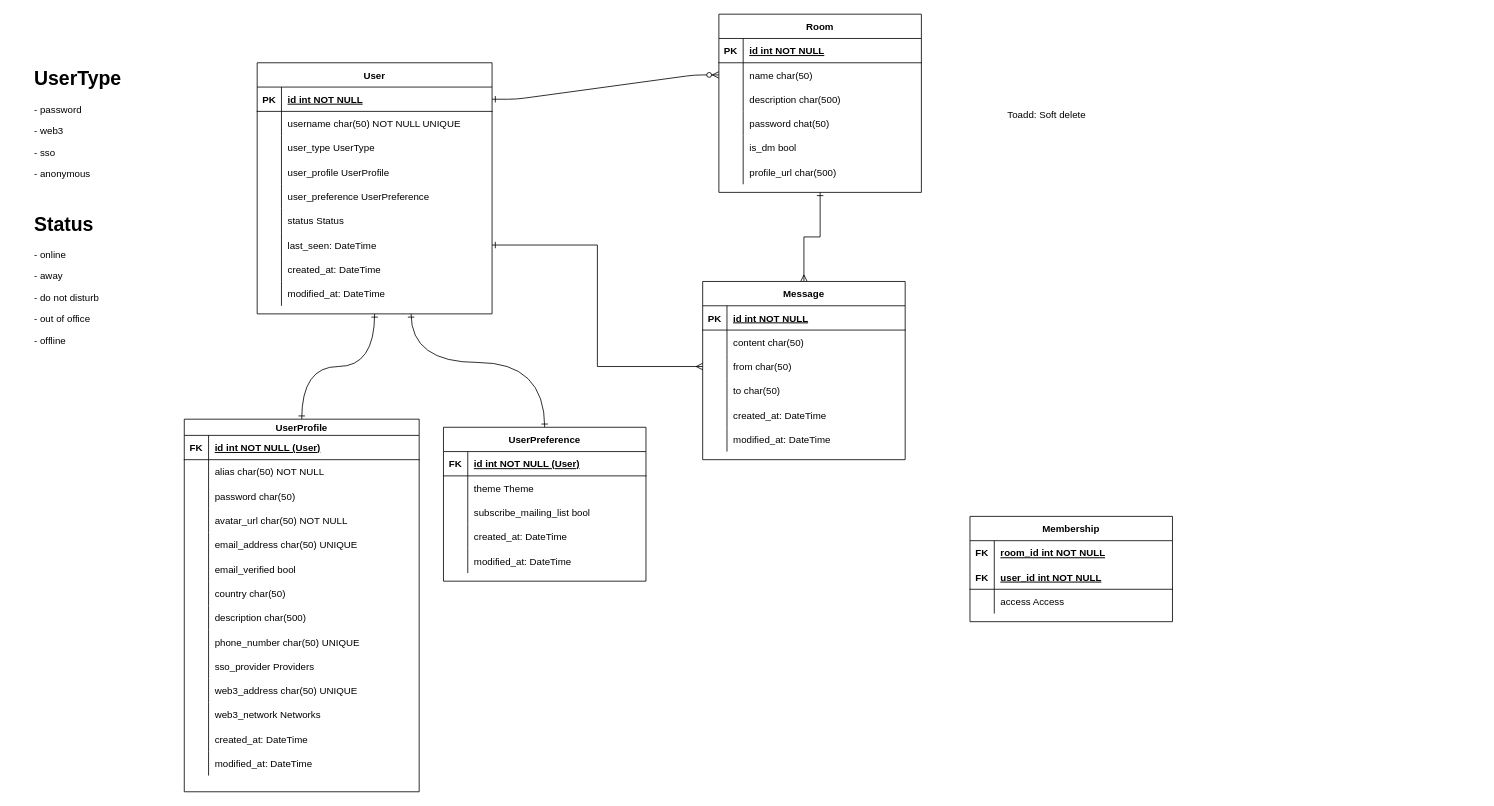
Earlier version of the draw.io diagram page "Entity Relation Diagram" (1 of 3) of apps/docs/diagrams/Planning.drawio (data-miner00/telltale). Source tidied: cells renumbered, new cells numbered last; positions are measured from the earlier drawing's top-left corner, leaving out a move shared by most shapes. Both pictures are drawn from the tidied source at 81%, with x=0, y=0 at pixel (30, 14).
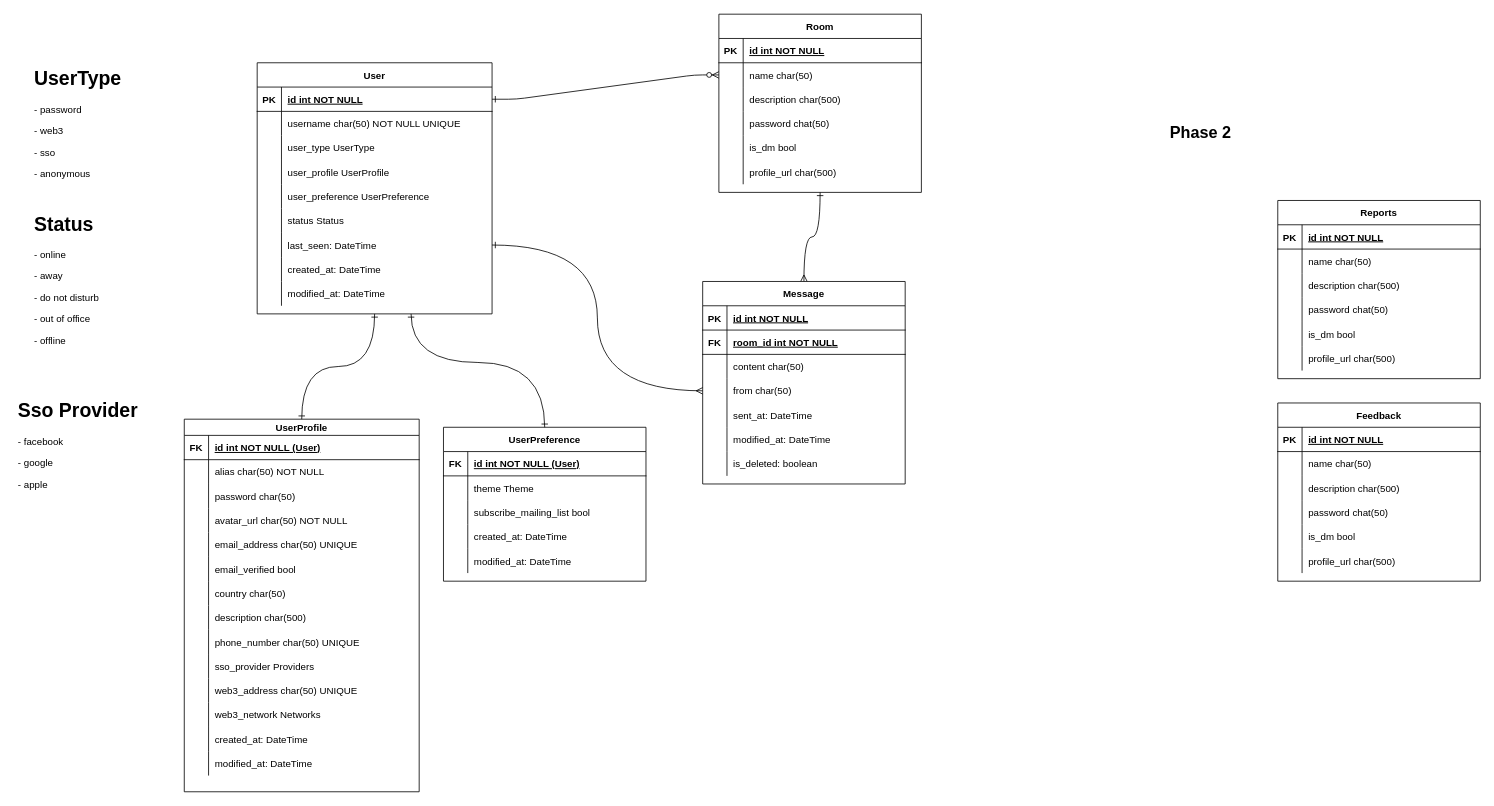
Above is the later version.

The change refers to these unchanged cells:
```xml
<mxCell id="4" value="Room" style="shape=table;startSize=30;childLayout=tableLayout;rowLines=0;fontStyle=1;align=center;" parent="1" vertex="1">
  <mxGeometry x="850" width="250" height="220" as="geometry" />
</mxCell>
<mxCell id="59" style="shape=partialRectangle;fillColor=none;points=[[0,0.5],[1,0.5]];portConstraint=eastwest;top=0;left=0;right=0;bottom=0;" parent="40" vertex="1">
  <mxGeometry y="210" width="290" height="30" as="geometry" />
</mxCell>
<mxCell id="137" style="shape=partialRectangle;fillColor=none;top=0;left=0;right=0;bottom=0;" parent="124" vertex="1">
  <mxGeometry y="150" width="250" height="30" as="geometry" />
</mxCell>
```

Diff of the diagram source:
```diff
@@
-    <mxCell id="3" style="edgeStyle=orthogonalEdgeStyle;rounded=0;jettySize=auto;html=1;startArrow=ERone;startFill=0;endArrow=ERmany;endFill=0;" parent="1" edge="1" source="4" target="124">
+    <mxCell id="3" style="edgeStyle=orthogonalEdgeStyle;rounded=0;jettySize=auto;html=1;startArrow=ERone;startFill=0;endArrow=ERmany;endFill=0;curved=1;" parent="1" edge="1" source="4" target="124">
       <mxGeometry relative="1" as="geometry" />
     </mxCell>
@@
-    <mxCell id="114" value="Membership" style="shape=table;startSize=30;childLayout=tableLayout;rowLines=0;fontStyle=1;align=center;" parent="1" vertex="1">
-      <mxGeometry x="1160" y="620" width="250" height="130" as="geometry" />
-    </mxCell>
-    <mxCell id="115" style="shape=partialRectangle;fillColor=none;top=0;left=0;right=0;bottom=0;" parent="114" vertex="1">
-      <mxGeometry y="30" width="250" height="30" as="geometry" />
-    </mxCell>
-    <mxCell id="116" value="FK" style="shape=partialRectangle;overflow=hidden;fillColor=none;top=0;left=0;bottom=0;right=0;fontStyle=1;" parent="115" vertex="1">
-      <mxGeometry width="30" height="30" as="geometry" />
-    </mxCell>
-    <mxCell id="117" value="room_id int NOT NULL" style="shape=partialRectangle;overflow=hidden;fillColor=none;top=0;left=0;bottom=0;right=0;align=left;spacingLeft=6;fontStyle=5;" parent="115" vertex="1">
-      <mxGeometry x="30" width="220" height="30" as="geometry" />
-    </mxCell>
-    <mxCell id="118" style="shape=partialRectangle;fillColor=none;top=0;left=0;right=0;bottom=1;" parent="114" vertex="1">
-      <mxGeometry y="60" width="250" height="30" as="geometry" />
-    </mxCell>
-    <mxCell id="119" value="FK" style="shape=partialRectangle;overflow=hidden;fillColor=none;top=0;left=0;bottom=0;right=0;fontStyle=1;" parent="118" vertex="1">
-      <mxGeometry width="30" height="30" as="geometry" />
-    </mxCell>
-    <mxCell id="120" value="user_id int NOT NULL " style="shape=partialRectangle;overflow=hidden;fillColor=none;top=0;left=0;bottom=0;right=0;align=left;spacingLeft=6;fontStyle=5;" parent="118" vertex="1">
-      <mxGeometry x="30" width="220" height="30" as="geometry" />
-    </mxCell>
-    <mxCell id="121" style="shape=partialRectangle;fillColor=none;top=0;left=0;right=0;bottom=0;" parent="114" vertex="1">
-      <mxGeometry y="90" width="250" height="30" as="geometry" />
-    </mxCell>
-    <mxCell id="122" style="shape=partialRectangle;overflow=hidden;fillColor=none;top=0;left=0;bottom=0;right=0;" parent="121" vertex="1">
-      <mxGeometry width="30" height="30" as="geometry" />
-    </mxCell>
-    <mxCell id="123" value="access Access" style="shape=partialRectangle;overflow=hidden;fillColor=none;top=0;left=0;bottom=0;right=0;align=left;spacingLeft=6;" parent="121" vertex="1">
-      <mxGeometry x="30" width="220" height="30" as="geometry" />
-    </mxCell>
     <mxCell id="124" value="Message" style="shape=table;startSize=30;childLayout=tableLayout;rowLines=0;fontStyle=1;align=center;" parent="1" vertex="1">
-      <mxGeometry x="830" y="330" width="250" height="220" as="geometry" />
+      <mxGeometry x="830" y="330" width="250" height="250" as="geometry" />
     </mxCell>
@@
+    <mxCell id="118" style="shape=partialRectangle;fillColor=none;top=0;left=0;right=0;bottom=1;" parent="124" vertex="1">
+      <mxGeometry y="60" width="250" height="30" as="geometry" />
+    </mxCell>
+    <mxCell id="145" value="FK" style="shape=partialRectangle;overflow=hidden;fillColor=none;top=0;left=0;bottom=0;right=0;fontStyle=1;" parent="118" vertex="1">
+      <mxGeometry width="30" height="30" as="geometry" />
+    </mxCell>
+    <mxCell id="117" value="room_id int NOT NULL " style="shape=partialRectangle;overflow=hidden;fillColor=none;top=0;left=0;bottom=0;right=0;align=left;spacingLeft=6;fontStyle=5;" parent="118" vertex="1">
+      <mxGeometry x="30" width="220" height="30" as="geometry" />
+    </mxCell>
     <mxCell id="128" style="shape=partialRectangle;fillColor=none;top=0;left=0;right=0;bottom=0;" parent="124" vertex="1">
-      <mxGeometry y="60" width="250" height="30" as="geometry" />
+      <mxGeometry y="90" width="250" height="30" as="geometry" />
     </mxCell>
@@
     <mxCell id="131" style="shape=partialRectangle;fillColor=none;points=[[0,0.5],[1,0.5]];portConstraint=eastwest;top=0;left=0;right=0;bottom=0;" parent="124" vertex="1">
-      <mxGeometry y="90" width="250" height="30" as="geometry" />
+      <mxGeometry y="120" width="250" height="30" as="geometry" />
     </mxCell>
@@
-    <mxCell id="134" style="shape=partialRectangle;fillColor=none;top=0;left=0;right=0;bottom=0;" parent="124" vertex="1">
-      <mxGeometry y="120" width="250" height="30" as="geometry" />
-    </mxCell>
-    <mxCell id="135" style="shape=partialRectangle;overflow=hidden;fillColor=none;top=0;left=0;bottom=0;right=0;" parent="134" vertex="1">
-      <mxGeometry width="30" height="30" as="geometry" />
-    </mxCell>
-    <mxCell id="136" value="to char(50)" style="shape=partialRectangle;overflow=hidden;fillColor=none;top=0;left=0;bottom=0;right=0;align=left;spacingLeft=6;" parent="134" vertex="1">
-      <mxGeometry x="30" width="220" height="30" as="geometry" />
-    </mxCell>
@@
-    <mxCell id="139" value="created_at: DateTime" style="shape=partialRectangle;overflow=hidden;fillColor=none;top=0;left=0;bottom=0;right=0;align=left;spacingLeft=6;" parent="137" vertex="1">
+    <mxCell id="139" value="sent_at: DateTime" style="shape=partialRectangle;overflow=hidden;fillColor=none;top=0;left=0;bottom=0;right=0;align=left;spacingLeft=6;" parent="137" vertex="1">
       <mxGeometry x="30" width="220" height="30" as="geometry" />
     </mxCell>
@@
+    <mxCell id="146" style="shape=partialRectangle;fillColor=none;top=0;left=0;right=0;bottom=0;" parent="124" vertex="1">
+      <mxGeometry y="210" width="250" height="30" as="geometry" />
+    </mxCell>
+    <mxCell id="147" style="shape=partialRectangle;overflow=hidden;fillColor=none;top=0;left=0;bottom=0;right=0;" parent="146" vertex="1">
+      <mxGeometry width="30" height="30" as="geometry" />
+    </mxCell>
+    <mxCell id="148" value="is_deleted: boolean" style="shape=partialRectangle;overflow=hidden;fillColor=none;top=0;left=0;bottom=0;right=0;align=left;spacingLeft=6;" parent="146" vertex="1">
+      <mxGeometry x="30" width="220" height="30" as="geometry" />
+    </mxCell>
-    <mxCell id="143" style="edgeStyle=orthogonalEdgeStyle;rounded=0;jettySize=auto;html=1;entryX=0;entryY=0.5;entryDx=0;entryDy=0;endArrow=ERmany;endFill=0;startArrow=ERone;startFill=0;" parent="1" edge="1" source="59" target="131">
+    <mxCell id="143" style="edgeStyle=orthogonalEdgeStyle;rounded=0;jettySize=auto;html=1;entryX=0;entryY=0.5;entryDx=0;entryDy=0;endArrow=ERmany;endFill=0;startArrow=ERone;startFill=0;curved=1;" parent="1" edge="1" source="59" target="131">
       <mxGeometry relative="1" as="geometry" />
     </mxCell>
-    <mxCell id="144" value="Toadd: Soft delete" style="text;html=1;strokeColor=none;fillColor=none;align=center;verticalAlign=middle;whiteSpace=wrap;rounded=0;" parent="1" vertex="1">
-      <mxGeometry x="1200" y="110" width="110" height="30" as="geometry" />
-    </mxCell>
+    <mxCell id="149" value="Reports" style="shape=table;startSize=30;childLayout=tableLayout;rowLines=0;fontStyle=1;align=center;" parent="1" vertex="1">
+      <mxGeometry x="1540" y="230" width="250" height="220" as="geometry" />
+    </mxCell>
+    <mxCell id="150" style="shape=partialRectangle;fillColor=none;top=0;left=0;right=0;bottom=1;" parent="149" vertex="1">
+      <mxGeometry y="30" width="250" height="30" as="geometry" />
+    </mxCell>
+    <mxCell id="151" value="PK" style="shape=partialRectangle;overflow=hidden;fillColor=none;top=0;left=0;bottom=0;right=0;fontStyle=1;" parent="150" vertex="1">
+      <mxGeometry width="30" height="30" as="geometry" />
+    </mxCell>
+    <mxCell id="152" value="id int NOT NULL " style="shape=partialRectangle;overflow=hidden;fillColor=none;top=0;left=0;bottom=0;right=0;align=left;spacingLeft=6;fontStyle=5;" parent="150" vertex="1">
+      <mxGeometry x="30" width="220" height="30" as="geometry" />
+    </mxCell>
+    <mxCell id="153" style="shape=partialRectangle;fillColor=none;top=0;left=0;right=0;bottom=0;" parent="149" vertex="1">
+      <mxGeometry y="60" width="250" height="30" as="geometry" />
+    </mxCell>
+    <mxCell id="154" style="shape=partialRectangle;overflow=hidden;fillColor=none;top=0;left=0;bottom=0;right=0;" parent="153" vertex="1">
+      <mxGeometry width="30" height="30" as="geometry" />
+    </mxCell>
+    <mxCell id="155" value="name char(50)" style="shape=partialRectangle;overflow=hidden;fillColor=none;top=0;left=0;bottom=0;right=0;align=left;spacingLeft=6;" parent="153" vertex="1">
+      <mxGeometry x="30" width="220" height="30" as="geometry" />
+    </mxCell>
+    <mxCell id="156" style="shape=partialRectangle;fillColor=none;top=0;left=0;right=0;bottom=0;" parent="149" vertex="1">
+      <mxGeometry y="90" width="250" height="30" as="geometry" />
+    </mxCell>
+    <mxCell id="157" style="shape=partialRectangle;overflow=hidden;fillColor=none;top=0;left=0;bottom=0;right=0;" parent="156" vertex="1">
+      <mxGeometry width="30" height="30" as="geometry" />
+    </mxCell>
+    <mxCell id="158" value="description char(500)" style="shape=partialRectangle;overflow=hidden;fillColor=none;top=0;left=0;bottom=0;right=0;align=left;spacingLeft=6;" parent="156" vertex="1">
+      <mxGeometry x="30" width="220" height="30" as="geometry" />
+    </mxCell>
+    <mxCell id="159" style="shape=partialRectangle;fillColor=none;top=0;left=0;right=0;bottom=0;" parent="149" vertex="1">
+      <mxGeometry y="120" width="250" height="30" as="geometry" />
+    </mxCell>
+    <mxCell id="160" style="shape=partialRectangle;overflow=hidden;fillColor=none;top=0;left=0;bottom=0;right=0;" parent="159" vertex="1">
+      <mxGeometry width="30" height="30" as="geometry" />
+    </mxCell>
+    <mxCell id="161" value="password chat(50)" style="shape=partialRectangle;overflow=hidden;fillColor=none;top=0;left=0;bottom=0;right=0;align=left;spacingLeft=6;" parent="159" vertex="1">
+      <mxGeometry x="30" width="220" height="30" as="geometry" />
+    </mxCell>
+    <mxCell id="162" style="shape=partialRectangle;fillColor=none;top=0;left=0;right=0;bottom=0;" parent="149" vertex="1">
+      <mxGeometry y="150" width="250" height="30" as="geometry" />
+    </mxCell>
+    <mxCell id="163" style="shape=partialRectangle;overflow=hidden;fillColor=none;top=0;left=0;bottom=0;right=0;" parent="162" vertex="1">
+      <mxGeometry width="30" height="30" as="geometry" />
+    </mxCell>
+    <mxCell id="164" value="is_dm bool" style="shape=partialRectangle;overflow=hidden;fillColor=none;top=0;left=0;bottom=0;right=0;align=left;spacingLeft=6;" parent="162" vertex="1">
+      <mxGeometry x="30" width="220" height="30" as="geometry" />
+    </mxCell>
+    <mxCell id="165" style="shape=partialRectangle;fillColor=none;top=0;left=0;right=0;bottom=0;" parent="149" vertex="1">
+      <mxGeometry y="180" width="250" height="30" as="geometry" />
+    </mxCell>
+    <mxCell id="166" style="shape=partialRectangle;overflow=hidden;fillColor=none;top=0;left=0;bottom=0;right=0;" parent="165" vertex="1">
+      <mxGeometry width="30" height="30" as="geometry" />
+    </mxCell>
+    <mxCell id="167" value="profile_url char(500)" style="shape=partialRectangle;overflow=hidden;fillColor=none;top=0;left=0;bottom=0;right=0;align=left;spacingLeft=6;" parent="165" vertex="1">
+      <mxGeometry x="30" width="220" height="30" as="geometry" />
+    </mxCell>
+    <mxCell id="168" value="Feedback" style="shape=table;startSize=30;childLayout=tableLayout;rowLines=0;fontStyle=1;align=center;" parent="1" vertex="1">
+      <mxGeometry x="1540" y="480" width="250" height="220" as="geometry" />
+    </mxCell>
+    <mxCell id="169" style="shape=partialRectangle;fillColor=none;top=0;left=0;right=0;bottom=1;" parent="168" vertex="1">
+      <mxGeometry y="30" width="250" height="30" as="geometry" />
+    </mxCell>
+    <mxCell id="170" value="PK" style="shape=partialRectangle;overflow=hidden;fillColor=none;top=0;left=0;bottom=0;right=0;fontStyle=1;" parent="169" vertex="1">
+      <mxGeometry width="30" height="30" as="geometry" />
+    </mxCell>
+    <mxCell id="171" value="id int NOT NULL " style="shape=partialRectangle;overflow=hidden;fillColor=none;top=0;left=0;bottom=0;right=0;align=left;spacingLeft=6;fontStyle=5;" parent="169" vertex="1">
+      <mxGeometry x="30" width="220" height="30" as="geometry" />
+    </mxCell>
+    <mxCell id="172" style="shape=partialRectangle;fillColor=none;top=0;left=0;right=0;bottom=0;" parent="168" vertex="1">
+      <mxGeometry y="60" width="250" height="30" as="geometry" />
+    </mxCell>
+    <mxCell id="173" style="shape=partialRectangle;overflow=hidden;fillColor=none;top=0;left=0;bottom=0;right=0;" parent="172" vertex="1">
+      <mxGeometry width="30" height="30" as="geometry" />
+    </mxCell>
+    <mxCell id="174" value="name char(50)" style="shape=partialRectangle;overflow=hidden;fillColor=none;top=0;left=0;bottom=0;right=0;align=left;spacingLeft=6;" parent="172" vertex="1">
+      <mxGeometry x="30" width="220" height="30" as="geometry" />
+    </mxCell>
+    <mxCell id="175" style="shape=partialRectangle;fillColor=none;top=0;left=0;right=0;bottom=0;" parent="168" vertex="1">
+      <mxGeometry y="90" width="250" height="30" as="geometry" />
+    </mxCell>
+    <mxCell id="176" style="shape=partialRectangle;overflow=hidden;fillColor=none;top=0;left=0;bottom=0;right=0;" parent="175" vertex="1">
+      <mxGeometry width="30" height="30" as="geometry" />
+    </mxCell>
+    <mxCell id="177" value="description char(500)" style="shape=partialRectangle;overflow=hidden;fillColor=none;top=0;left=0;bottom=0;right=0;align=left;spacingLeft=6;" parent="175" vertex="1">
+      <mxGeometry x="30" width="220" height="30" as="geometry" />
+    </mxCell>
+    <mxCell id="178" style="shape=partialRectangle;fillColor=none;top=0;left=0;right=0;bottom=0;" parent="168" vertex="1">
+      <mxGeometry y="120" width="250" height="30" as="geometry" />
+    </mxCell>
+    <mxCell id="179" style="shape=partialRectangle;overflow=hidden;fillColor=none;top=0;left=0;bottom=0;right=0;" parent="178" vertex="1">
+      <mxGeometry width="30" height="30" as="geometry" />
+    </mxCell>
+    <mxCell id="180" value="password chat(50)" style="shape=partialRectangle;overflow=hidden;fillColor=none;top=0;left=0;bottom=0;right=0;align=left;spacingLeft=6;" parent="178" vertex="1">
+      <mxGeometry x="30" width="220" height="30" as="geometry" />
+    </mxCell>
+    <mxCell id="181" style="shape=partialRectangle;fillColor=none;top=0;left=0;right=0;bottom=0;" parent="168" vertex="1">
+      <mxGeometry y="150" width="250" height="30" as="geometry" />
+    </mxCell>
+    <mxCell id="182" style="shape=partialRectangle;overflow=hidden;fillColor=none;top=0;left=0;bottom=0;right=0;" parent="181" vertex="1">
+      <mxGeometry width="30" height="30" as="geometry" />
+    </mxCell>
+    <mxCell id="183" value="is_dm bool" style="shape=partialRectangle;overflow=hidden;fillColor=none;top=0;left=0;bottom=0;right=0;align=left;spacingLeft=6;" parent="181" vertex="1">
+      <mxGeometry x="30" width="220" height="30" as="geometry" />
+    </mxCell>
+    <mxCell id="184" style="shape=partialRectangle;fillColor=none;top=0;left=0;right=0;bottom=0;" parent="168" vertex="1">
+      <mxGeometry y="180" width="250" height="30" as="geometry" />
+    </mxCell>
+    <mxCell id="185" style="shape=partialRectangle;overflow=hidden;fillColor=none;top=0;left=0;bottom=0;right=0;" parent="184" vertex="1">
+      <mxGeometry width="30" height="30" as="geometry" />
+    </mxCell>
+    <mxCell id="186" value="profile_url char(500)" style="shape=partialRectangle;overflow=hidden;fillColor=none;top=0;left=0;bottom=0;right=0;align=left;spacingLeft=6;" parent="184" vertex="1">
+      <mxGeometry x="30" width="220" height="30" as="geometry" />
+    </mxCell>
+    <mxCell id="187" value="Phase 2" style="text;html=1;strokeColor=none;fillColor=none;align=center;verticalAlign=middle;whiteSpace=wrap;rounded=0;fontStyle=1;fontSize=20;" parent="1" vertex="1">
+      <mxGeometry x="1400" y="130" width="90" height="30" as="geometry" />
+    </mxCell>
+    <mxCell id="188" value="&lt;h1&gt;Sso Provider&lt;/h1&gt;&lt;p&gt;- facebook&lt;/p&gt;&lt;p&gt;- google&lt;/p&gt;&lt;p&gt;&lt;span style=&quot;background-color: initial;&quot;&gt;- apple&lt;/span&gt;&lt;/p&gt;" style="text;html=1;strokeColor=none;fillColor=none;spacing=5;spacingTop=-20;whiteSpace=wrap;overflow=hidden;rounded=0;" parent="1" vertex="1">
+      <mxGeometry x="-20" y="470" width="190" height="180" as="geometry" />
+    </mxCell>
```
